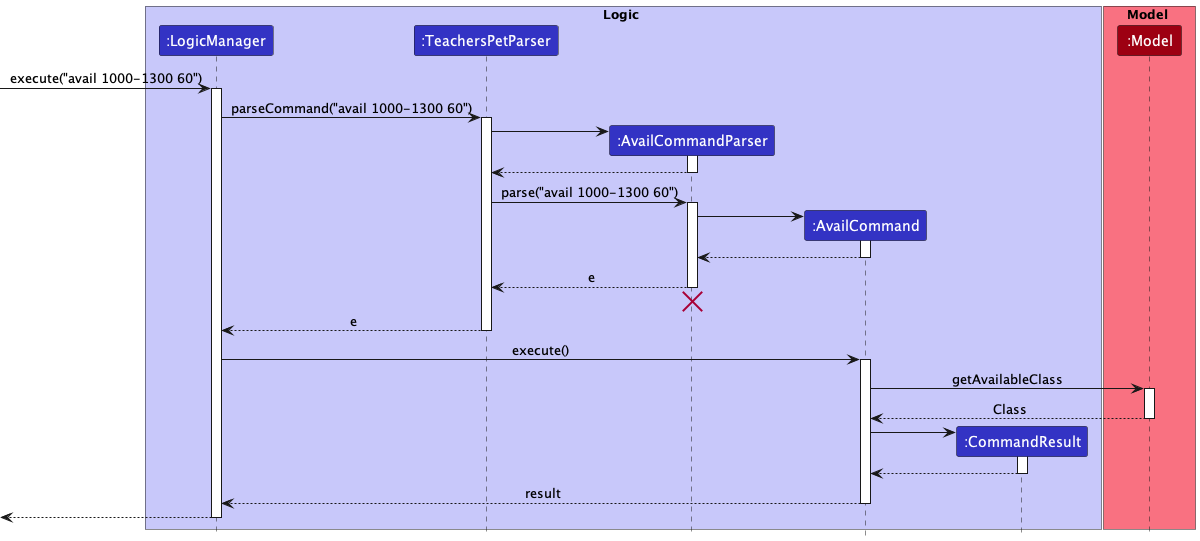
The PlantUML diagram docs/images/DG-images/AvailClassSequenceDiagram.png in nus-cs2103-AY2223S1/tp, before a commit. The source it was exported from:
```plantuml
@startuml
!include style.puml

box Logic LOGIC_COLOR_T1
participant ":LogicManager" as LogicManager LOGIC_COLOR
participant ":TeachersPetParser" as TeachersPetParser LOGIC_COLOR
participant ":AvailCommandParser" as AvailCommandParser LOGIC_COLOR
participant ":AvailCommand" as AvailCommand LOGIC_COLOR
participant ":CommandResult" as CommandResult LOGIC_COLOR
end box

box Model MODEL_COLOR_T1
participant ":Model" as Model MODEL_COLOR
end box

[-> LogicManager : execute("avail 1000-1300 60")
activate LogicManager

LogicManager -> TeachersPetParser : parseCommand("avail 1000-1300 60")
activate TeachersPetParser

create AvailCommandParser
TeachersPetParser -> AvailCommandParser
activate AvailCommandParser

AvailCommandParser --> TeachersPetParser
deactivate AvailCommandParser

TeachersPetParser -> AvailCommandParser : parse("avail 1000-1300 60")
activate AvailCommandParser

create AvailCommand
AvailCommandParser -> AvailCommand
activate AvailCommand

AvailCommand --> AvailCommandParser
deactivate AvailCommand

AvailCommandParser --> TeachersPetParser : e
deactivate AvailCommandParser
AvailCommandParser -[hidden]-> TeachersPetParser
destroy AvailCommandParser

TeachersPetParser --> LogicManager : e
deactivate TeachersPetParser

LogicManager -> AvailCommand : execute()
activate AvailCommand

AvailCommand -> Model : getAvailableClass
activate Model

Model --> AvailCommand : Class
deactivate Model

create CommandResult
AvailCommand -> CommandResult
activate CommandResult

CommandResult --> AvailCommand
deactivate CommandResult

AvailCommand --> LogicManager : result
deactivate AvailCommand

[<--LogicManager
deactivate LogicManager
@enduml
```
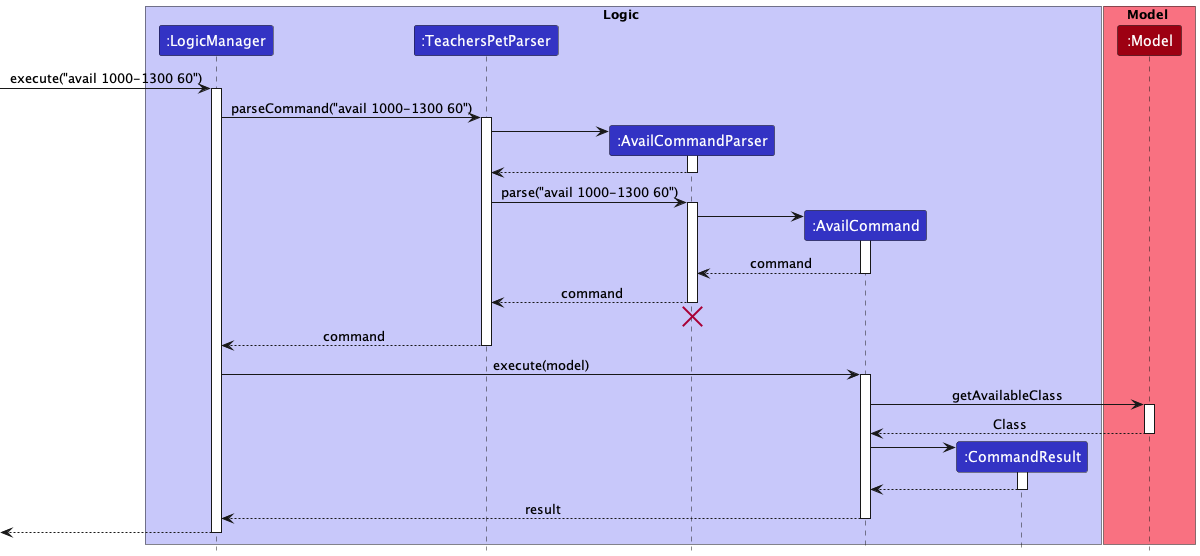
Above is the later version.

Diff of the diagram source:
```diff
@@ -33,18 +33,18 @@
 AvailCommandParser -> AvailCommand
 activate AvailCommand
 
-AvailCommand --> AvailCommandParser
+AvailCommand --> AvailCommandParser : command
 deactivate AvailCommand
 
-AvailCommandParser --> TeachersPetParser : e
+AvailCommandParser --> TeachersPetParser : command
 deactivate AvailCommandParser
 AvailCommandParser -[hidden]-> TeachersPetParser
 destroy AvailCommandParser
 
-TeachersPetParser --> LogicManager : e
+TeachersPetParser --> LogicManager : command
 deactivate TeachersPetParser
 
-LogicManager -> AvailCommand : execute()
+LogicManager -> AvailCommand : execute(model)
 activate AvailCommand
 
 AvailCommand -> Model : getAvailableClass
```
